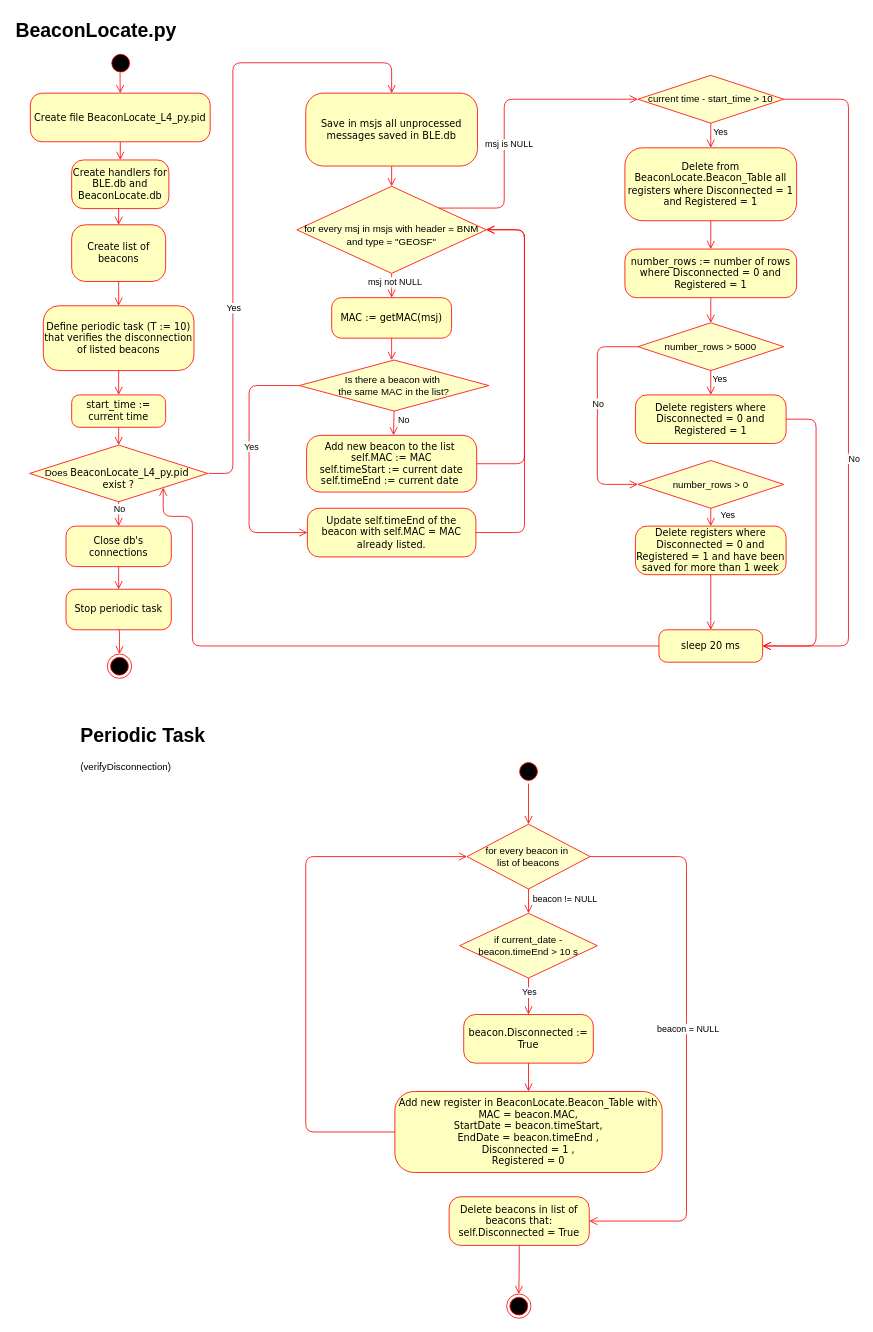
Earlier version of the draw.io diagram Beacon_Locate_py.drawio (CesarRodriguez14/Tag_Vehiculo_4_0_Diagramas). Source tidied: cells renumbered, new cells numbered last; positions are measured from the earlier drawing's top-left corner, leaving out a move shared by most shapes. Both pictures are drawn from the tidied source at 81%, with x=0, y=0 at pixel (14, 14).
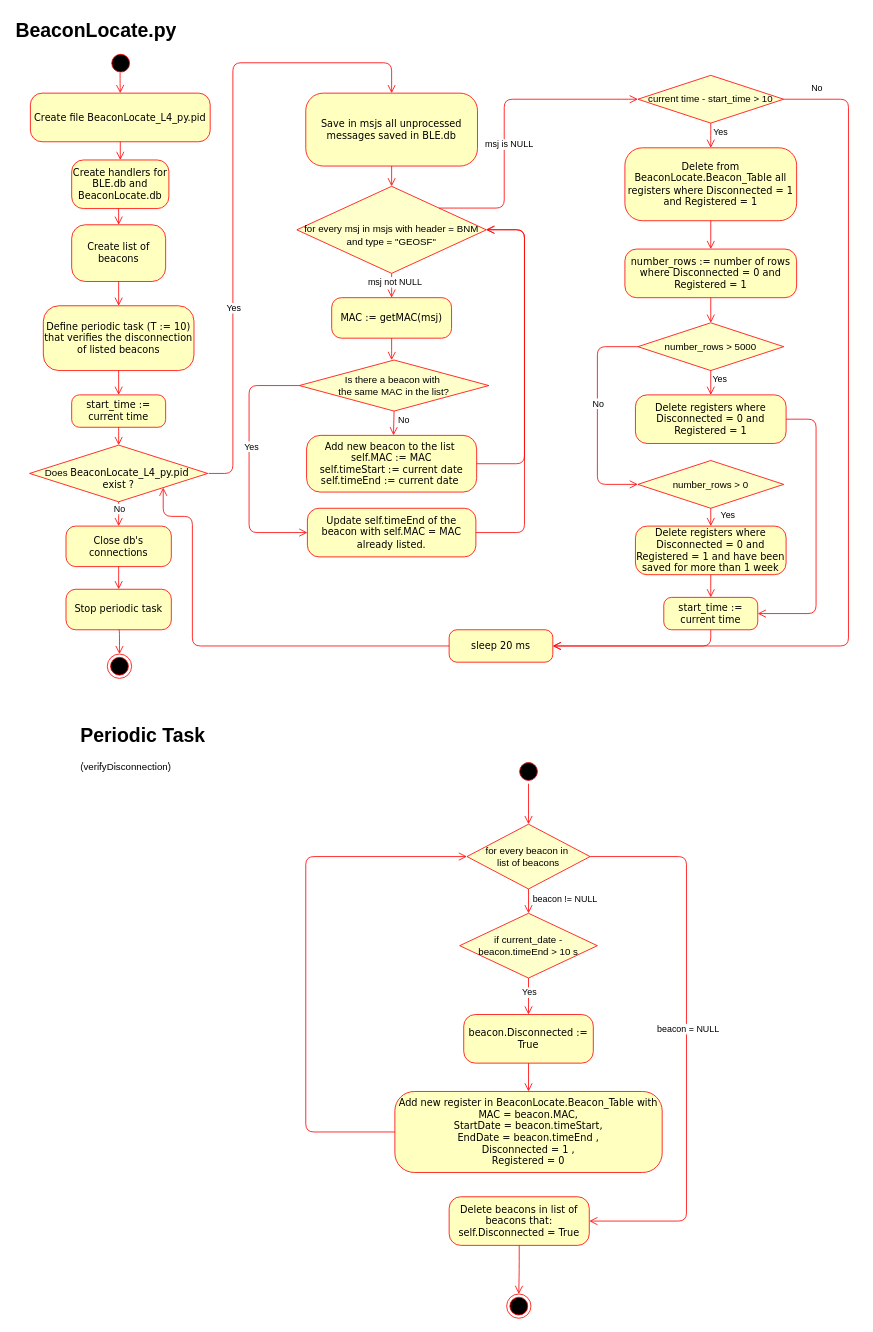
The same diagram, later.

The change refers to these unchanged cells:
```xml
<mxCell id="44" style="edgeStyle=orthogonalEdgeStyle;html=1;labelBackgroundColor=none;endArrow=open;endSize=8;strokeColor=#ff0000;fontFamily=Verdana;fontSize=12;align=left;entryX=1;entryY=0.5;entryDx=0;entryDy=0;exitX=1;exitY=0.5;exitDx=0;exitDy=0;" parent="1" edge="1" source="43" target="46">
  <mxGeometry relative="1" as="geometry">
    <Array as="points">
      <mxPoint x="1030" y="105" />
      <mxPoint x="1030" y="780" />
    </Array>
  </mxGeometry>
</mxCell>
<mxCell id="55" value="Delete registers where Disconnected = 0 and Registered = 1" style="rounded=1;whiteSpace=wrap;html=1;arcSize=24;fillColor=#ffffc0;strokeColor=#ff0000;shadow=0;comic=0;labelBackgroundColor=none;fontFamily=Verdana;fontSize=12;fontColor=#000000;align=center;" parent="1" vertex="1">
  <mxGeometry x="767" y="470" width="186" height="60" as="geometry" />
</mxCell>
<mxCell id="61" value="Delete registers where Disconnected = 0 and Registered = 1 and have been saved for more than 1 week" style="rounded=1;whiteSpace=wrap;html=1;arcSize=24;fillColor=#ffffc0;strokeColor=#ff0000;shadow=0;comic=0;labelBackgroundColor=none;fontFamily=Verdana;fontSize=12;fontColor=#000000;align=center;" parent="1" vertex="1">
  <mxGeometry x="767" y="632" width="186" height="60" as="geometry" />
</mxCell>
```

What changed in the source:
```diff
@@
     <mxCell id="45" value="No" style="edgeLabel;html=1;align=center;verticalAlign=middle;" parent="44" vertex="1">
       <mxGeometry x="-0.07" y="3" relative="1" as="geometry">
-        <mxPoint x="3" y="123" as="offset" />
+        <mxPoint x="-43" y="-456" as="offset" />
       </mxGeometry>
     </mxCell>
     <mxCell id="46" value="sleep 20 ms" style="rounded=1;whiteSpace=wrap;html=1;arcSize=24;fillColor=#ffffc0;strokeColor=#ff0000;shadow=0;comic=0;labelBackgroundColor=none;fontFamily=Verdana;fontSize=12;fontColor=#000000;align=center;" parent="1" vertex="1">
-      <mxGeometry x="796" y="760" width="128" height="40" as="geometry" />
+      <mxGeometry x="537" y="760" width="128" height="40" as="geometry" />
     </mxCell>
@@
-    <mxCell id="64" style="edgeStyle=orthogonalEdgeStyle;html=1;labelBackgroundColor=none;endArrow=open;endSize=8;strokeColor=#ff0000;fontFamily=Verdana;fontSize=12;align=left;exitX=0.5;exitY=1;exitDx=0;exitDy=0;entryX=0.5;entryY=0;entryDx=0;entryDy=0;" parent="1" edge="1" source="61" target="46">
+    <mxCell id="64" style="edgeStyle=orthogonalEdgeStyle;html=1;labelBackgroundColor=none;endArrow=open;endSize=8;strokeColor=#ff0000;fontFamily=Verdana;fontSize=12;align=left;exitX=0.5;exitY=1;exitDx=0;exitDy=0;entryX=0.5;entryY=0;entryDx=0;entryDy=0;" parent="1" edge="1" source="61" target="87">
       <mxGeometry relative="1" as="geometry">
         <Array as="points">
-          <mxPoint x="860" y="740" />
-          <mxPoint x="860" y="740" />
+          <mxPoint x="860" y="710" />
         </Array>
       </mxGeometry>
     </mxCell>
-    <mxCell id="65" style="edgeStyle=orthogonalEdgeStyle;html=1;labelBackgroundColor=none;endArrow=open;endSize=8;strokeColor=#ff0000;fontFamily=Verdana;fontSize=12;align=left;exitX=1;exitY=0.5;exitDx=0;exitDy=0;entryX=1;entryY=0.5;entryDx=0;entryDy=0;" parent="1" edge="1" source="55" target="46">
+    <mxCell id="65" style="edgeStyle=orthogonalEdgeStyle;html=1;labelBackgroundColor=none;endArrow=open;endSize=8;strokeColor=#ff0000;fontFamily=Verdana;fontSize=12;align=left;exitX=1;exitY=0.5;exitDx=0;exitDy=0;entryX=1;entryY=0.5;entryDx=0;entryDy=0;" parent="1" edge="1" source="55" target="87">
       <mxGeometry relative="1" as="geometry">
         <Array as="points">
           <mxPoint x="990" y="500" />
-          <mxPoint x="990" y="780" />
+          <mxPoint x="990" y="740" />
         </Array>
       </mxGeometry>
     </mxCell>
@@
+    <mxCell id="87" value="start_time := current time" style="rounded=1;whiteSpace=wrap;html=1;arcSize=24;fillColor=#ffffc0;strokeColor=#FF0000;shadow=0;comic=0;labelBackgroundColor=none;fontFamily=Verdana;fontSize=12;fontColor=#000000;align=center;" parent="1" vertex="1">
+      <mxGeometry x="802" y="720" width="116" height="40" as="geometry" />
+    </mxCell>
+    <mxCell id="88" style="edgeStyle=orthogonalEdgeStyle;html=1;labelBackgroundColor=none;endArrow=open;endSize=8;strokeColor=#ff0000;fontFamily=Verdana;fontSize=12;align=left;exitX=0.5;exitY=1;exitDx=0;exitDy=0;entryX=1;entryY=0.5;entryDx=0;entryDy=0;" parent="1" edge="1" source="87" target="46">
+      <mxGeometry relative="1" as="geometry">
+        <Array as="points">
+          <mxPoint x="860" y="780" />
+        </Array>
+      </mxGeometry>
+    </mxCell>
```
